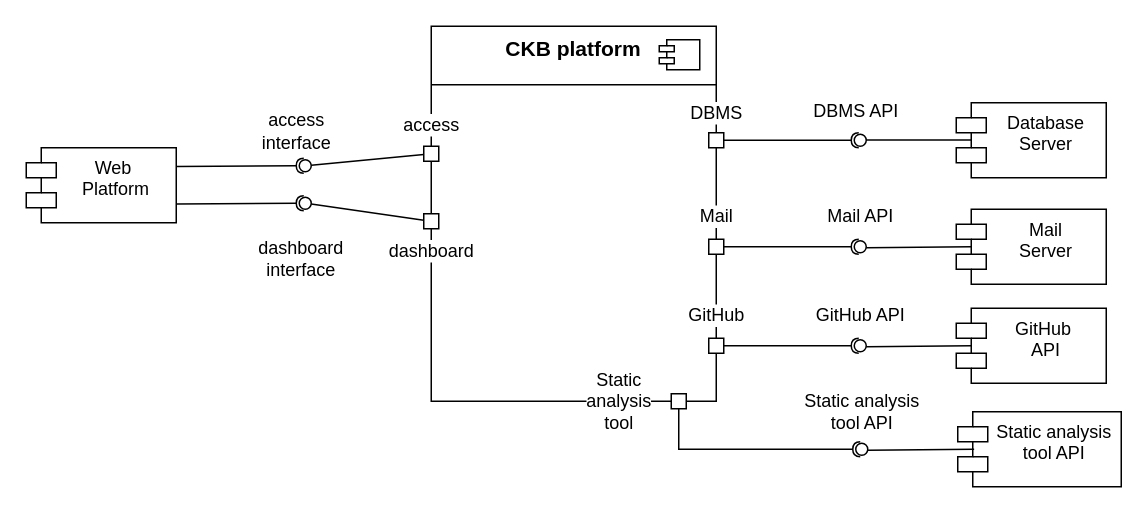
Earlier version of the draw.io diagram page "hl-component" (2 of 3) of diagrams/architecture/hl-system.drawio (mttcrn/software-engineering-II-project). Source tidied: cells renumbered, new cells numbered last; positions are measured from the earlier drawing's top-left corner, leaving out a move shared by most shapes. Both pictures are drawn from the tidied source at 150%, with x=0, y=0 at pixel (26, 26).
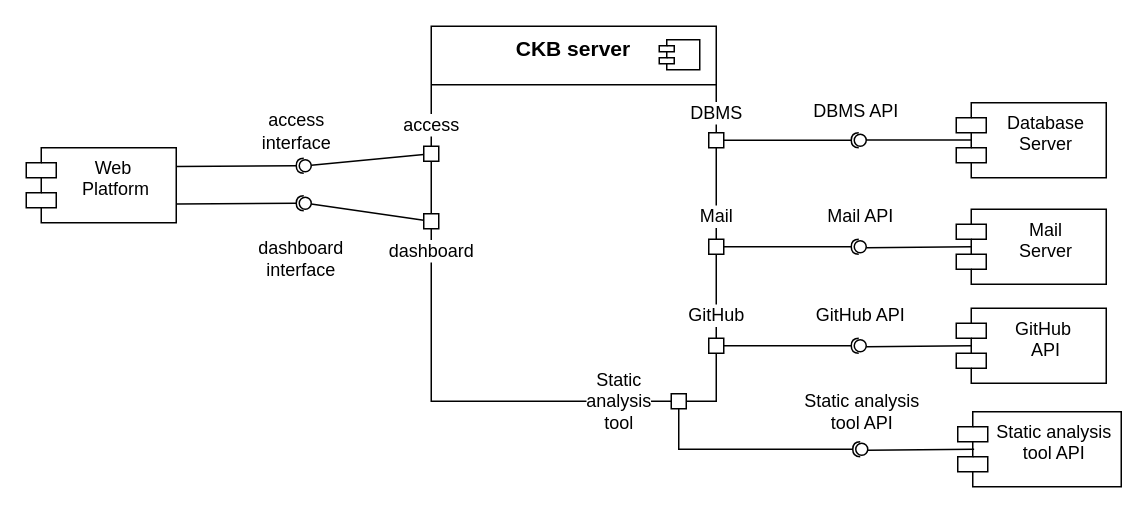
Above is the later version.

What changed in the source:
```diff
@@
-    <mxCell id="2" value="CKB platform" style="fontStyle=1;align=center;verticalAlign=top;horizontal=1;fontSize=14;" parent="1" vertex="1">
+    <mxCell id="2" value="CKB server" style="fontStyle=1;align=center;verticalAlign=top;horizontal=1;fontSize=14;" parent="1" vertex="1">
       <mxGeometry x="270" width="190" height="250" as="geometry" />
     </mxCell>
```
